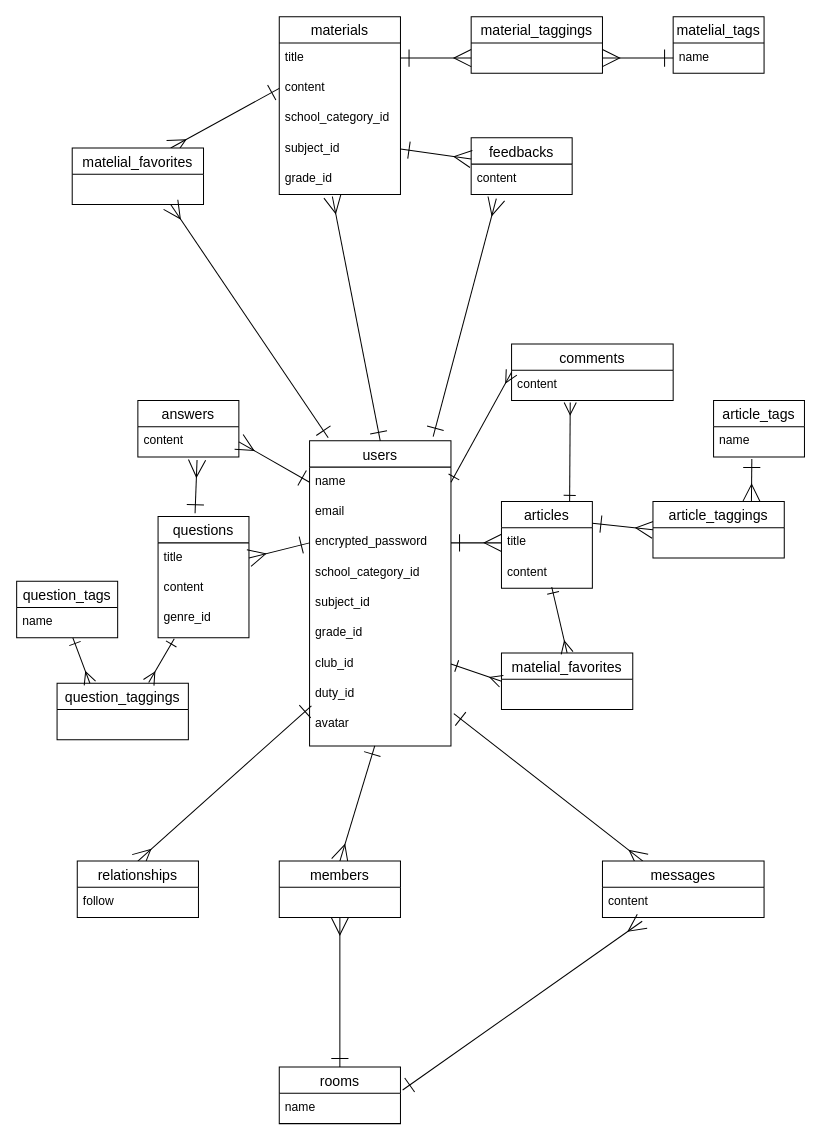
Before: ER.dio in murandot/wisdom, a draw.io diagram. Source tidied: cells renumbered, new cells numbered last; positions are measured from the earlier drawing's top-left corner, leaving out a move shared by most shapes. Both pictures are drawn from the tidied source at 101%, with x=0, y=0 at pixel (16, 16).
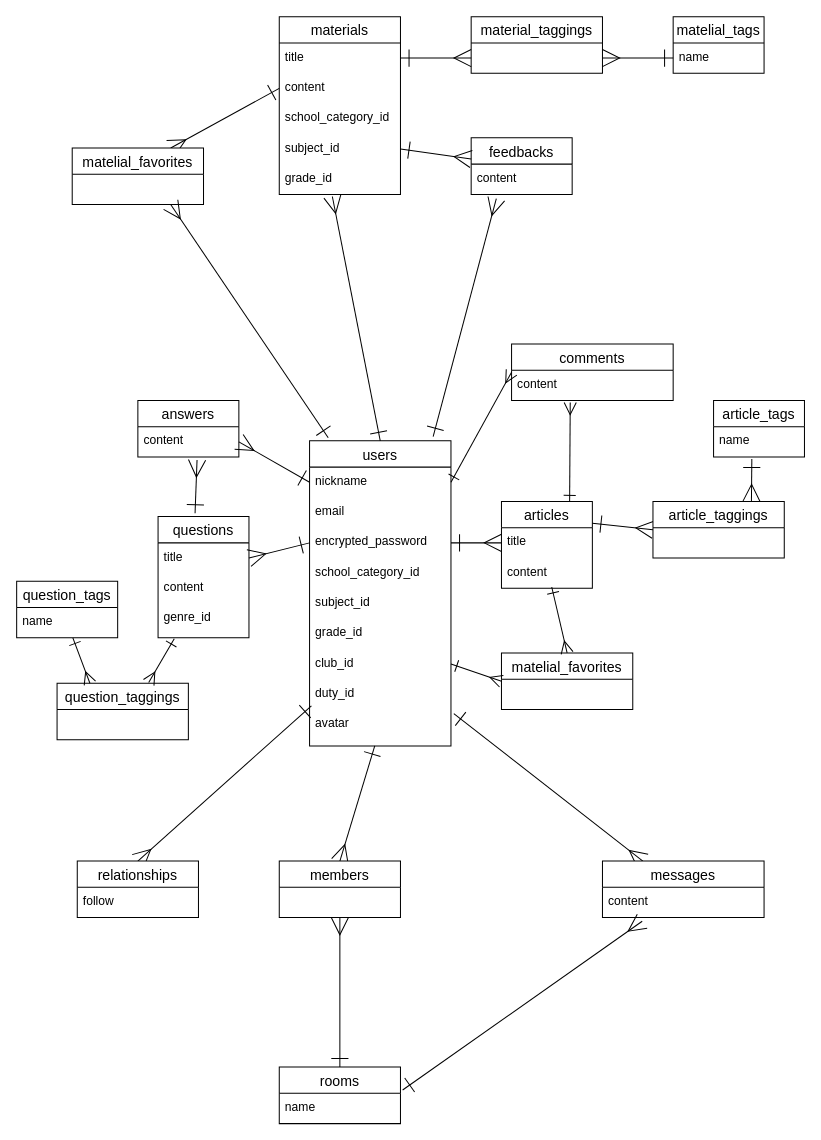
The same diagram, later.

Unchanged cells that the change refers to:
```xml
<mxCell id="2" value="users" style="swimlane;fontStyle=0;horizontal=1;startSize=26;align=center;fontSize=14;" parent="1" vertex="1">
  <mxGeometry x="290" y="420" width="140" height="302" as="geometry" />
</mxCell>
```

Change to the diagram source:
```diff
@@
-    <mxCell id="3" value="name" style="text;strokeColor=none;fillColor=none;spacingLeft=4;spacingRight=4;overflow=hidden;points=[[0,0.5],[1,0.5]];portConstraint=eastwest;fontSize=12;" parent="2" vertex="1">
+    <mxCell id="3" value="nickname" style="text;strokeColor=none;fillColor=none;spacingLeft=4;spacingRight=4;overflow=hidden;points=[[0,0.5],[1,0.5]];portConstraint=eastwest;fontSize=12;" parent="2" vertex="1">
       <mxGeometry y="26" width="140" height="30" as="geometry" />
     </mxCell>
```
